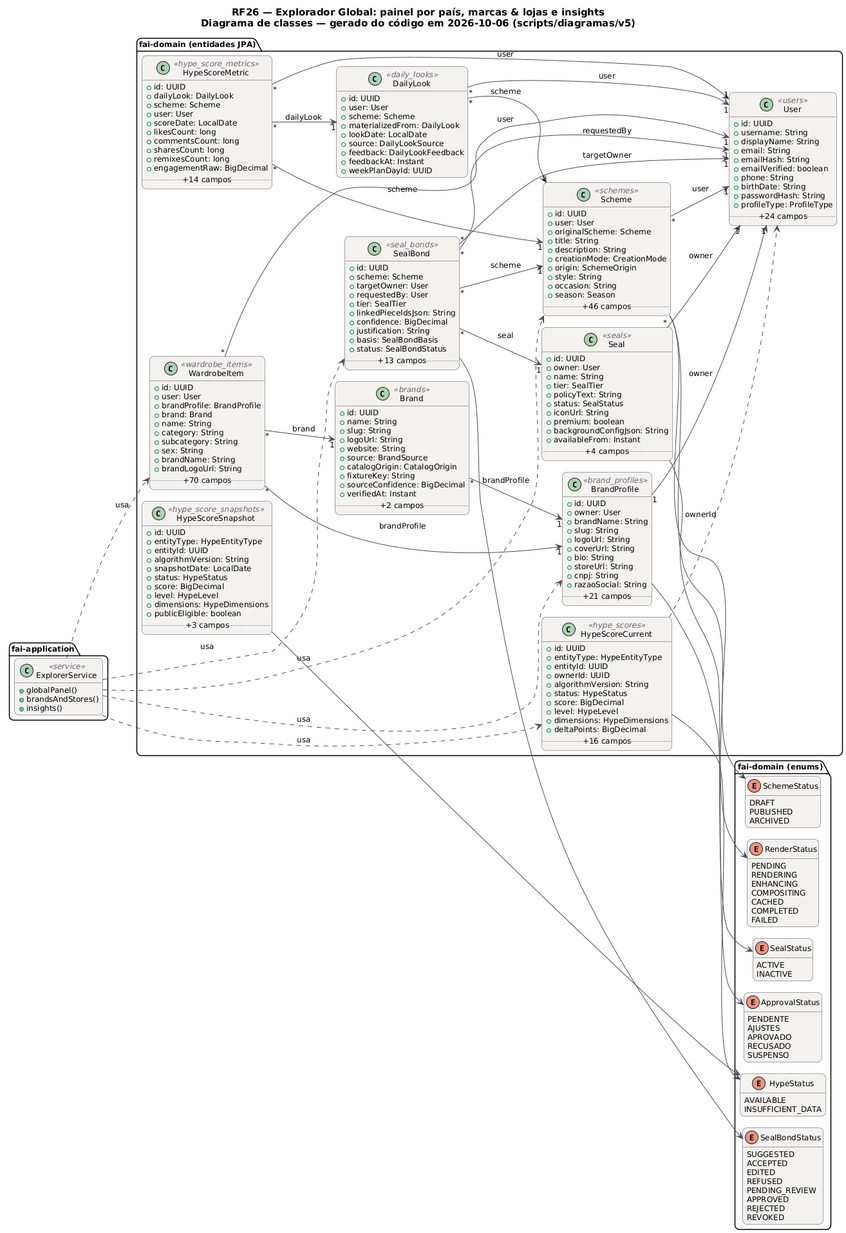
The PlantUML diagram docs/diagramas/RF26/RF26_Classes.png in MatheusHaliski/tcc-2026-fashion-ai-backend, before a commit. The source it was exported from:
```plantuml
@startuml RF26_Classes
!pragma layout smetana
skinparam backgroundColor #FFFFFF
skinparam shadowing false
skinparam defaultFontName "DejaVu Sans"
skinparam defaultFontSize 12
skinparam titleFontSize 15
skinparam roundcorner 14
skinparam ArrowColor #52606D
skinparam note {
  BackgroundColor #FFFDEB
  BorderColor #D8CE78
  FontColor #554F24
}
skinparam class {
  BackgroundColor #F4F2EF
  BorderColor #4A4852
  ArrowColor #4A4852
  StereotypeFontColor #6B6470
}
hide empty members
left to right direction
title RF26 — Explorador Global: painel por país, marcas & lojas e insights\nDiagrama de classes — gerado do código em 2026-10-06 (scripts/diagramas/v5)

package "fai-domain (entidades JPA)" {
  class Brand <<brands>> {
    +id: UUID
    +name: String
    +slug: String
    +logoUrl: String
    +website: String
    +source: BrandSource
    +catalogOrigin: CatalogOrigin
    +fixtureKey: String
    +sourceConfidence: BigDecimal
    +verifiedAt: Instant
    .. +2 campos ..
  }
  class BrandProfile <<brand_profiles>> {
    +id: UUID
    +owner: User
    +brandName: String
    +slug: String
    +logoUrl: String
    +coverUrl: String
    +bio: String
    +storeUrl: String
    +cnpj: String
    +razaoSocial: String
    .. +21 campos ..
  }
  class DailyLook <<daily_looks>> {
    +id: UUID
    +user: User
    +scheme: Scheme
    +materializedFrom: DailyLook
    +lookDate: LocalDate
    +source: DailyLookSource
    +feedback: DailyLookFeedback
    +feedbackAt: Instant
    +weekPlanDayId: UUID
  }
  class HypeScoreCurrent <<hype_scores>> {
    +id: UUID
    +entityType: HypeEntityType
    +entityId: UUID
    +ownerId: UUID
    +algorithmVersion: String
    +status: HypeStatus
    +score: BigDecimal
    +level: HypeLevel
    +dimensions: HypeDimensions
    +deltaPoints: BigDecimal
    .. +16 campos ..
  }
  class HypeScoreMetric <<hype_score_metrics>> {
    +id: UUID
    +dailyLook: DailyLook
    +scheme: Scheme
    +user: User
    +scoreDate: LocalDate
    +likesCount: long
    +commentsCount: long
    +sharesCount: long
    +remixesCount: long
    +engagementRaw: BigDecimal
    .. +14 campos ..
  }
  class HypeScoreSnapshot <<hype_score_snapshots>> {
    +id: UUID
    +entityType: HypeEntityType
    +entityId: UUID
    +algorithmVersion: String
    +snapshotDate: LocalDate
    +status: HypeStatus
    +score: BigDecimal
    +level: HypeLevel
    +dimensions: HypeDimensions
    +publicEligible: boolean
    .. +3 campos ..
  }
  class Scheme <<schemes>> {
    +id: UUID
    +user: User
    +originalScheme: Scheme
    +title: String
    +description: String
    +creationMode: CreationMode
    +origin: SchemeOrigin
    +style: String
    +occasion: String
    +season: Season
    .. +46 campos ..
  }
  class Seal <<seals>> {
    +id: UUID
    +owner: User
    +name: String
    +tier: SealTier
    +policyText: String
    +status: SealStatus
    +iconUrl: String
    +premium: boolean
    +backgroundConfigJson: String
    +availableFrom: Instant
    .. +4 campos ..
  }
  class SealBond <<seal_bonds>> {
    +id: UUID
    +scheme: Scheme
    +targetOwner: User
    +requestedBy: User
    +tier: SealTier
    +linkedPieceIdsJson: String
    +confidence: BigDecimal
    +justification: String
    +basis: SealBondBasis
    +status: SealBondStatus
    .. +13 campos ..
  }
  class User <<users>> {
    +id: UUID
    +username: String
    +displayName: String
    +email: String
    +emailHash: String
    +emailVerified: boolean
    +phone: String
    +birthDate: String
    +passwordHash: String
    +profileType: ProfileType
    .. +24 campos ..
  }
  class WardrobeItem <<wardrobe_items>> {
    +id: UUID
    +user: User
    +brandProfile: BrandProfile
    +brand: Brand
    +name: String
    +category: String
    +subcategory: String
    +sex: String
    +brandName: String
    +brandLogoUrl: String
    .. +70 campos ..
  }
}
package "fai-domain (enums)" {
  enum ApprovalStatus {
    PENDENTE
    AJUSTES
    APROVADO
    RECUSADO
    SUSPENSO
  }
  enum HypeStatus {
    AVAILABLE
    INSUFFICIENT_DATA
  }
  enum SchemeStatus {
    DRAFT
    PUBLISHED
    ARCHIVED
  }
  enum RenderStatus {
    PENDING
    RENDERING
    ENHANCING
    COMPOSITING
    CACHED
    COMPLETED
    FAILED
  }
  enum SealStatus {
    ACTIVE
    INACTIVE
  }
  enum SealBondStatus {
    SUGGESTED
    ACCEPTED
    EDITED
    REFUSED
    PENDING_REVIEW
    APPROVED
    REJECTED
    REVOKED
  }
}
package "fai-application" {
  class ExplorerService <<service>> {
    +globalPanel()
    +brandsAndStores()
    +insights()
  }
}
ExplorerService ..> BrandProfile : usa
ExplorerService ..> HypeScoreCurrent : usa
ExplorerService ..> Scheme : usa
ExplorerService ..> SealBond : usa
ExplorerService ..> WardrobeItem : usa
Brand "*" --> "1" BrandProfile : brandProfile
BrandProfile "1" --> "1" User : owner
BrandProfile --> ApprovalStatus
DailyLook "*" --> "1" Scheme : scheme
DailyLook "*" --> "1" User : user
HypeScoreCurrent --> HypeStatus
HypeScoreCurrent ..> User : ownerId
HypeScoreMetric "*" --> "1" DailyLook : dailyLook
HypeScoreMetric "*" --> "1" Scheme : scheme
HypeScoreMetric "*" --> "1" User : user
HypeScoreSnapshot --> HypeStatus
Scheme "*" --> "1" User : user
Scheme --> RenderStatus
Scheme --> SchemeStatus
Seal "*" --> "1" User : owner
Seal --> SealStatus
SealBond "*" --> "1" Scheme : scheme
SealBond "*" --> "1" Seal : seal
SealBond "*" --> "1" User : requestedBy
SealBond "*" --> "1" User : targetOwner
SealBond --> SealBondStatus
WardrobeItem "*" --> "1" Brand : brand
WardrobeItem "*" --> "1" BrandProfile : brandProfile
WardrobeItem "*" --> "1" User : user
@enduml
```
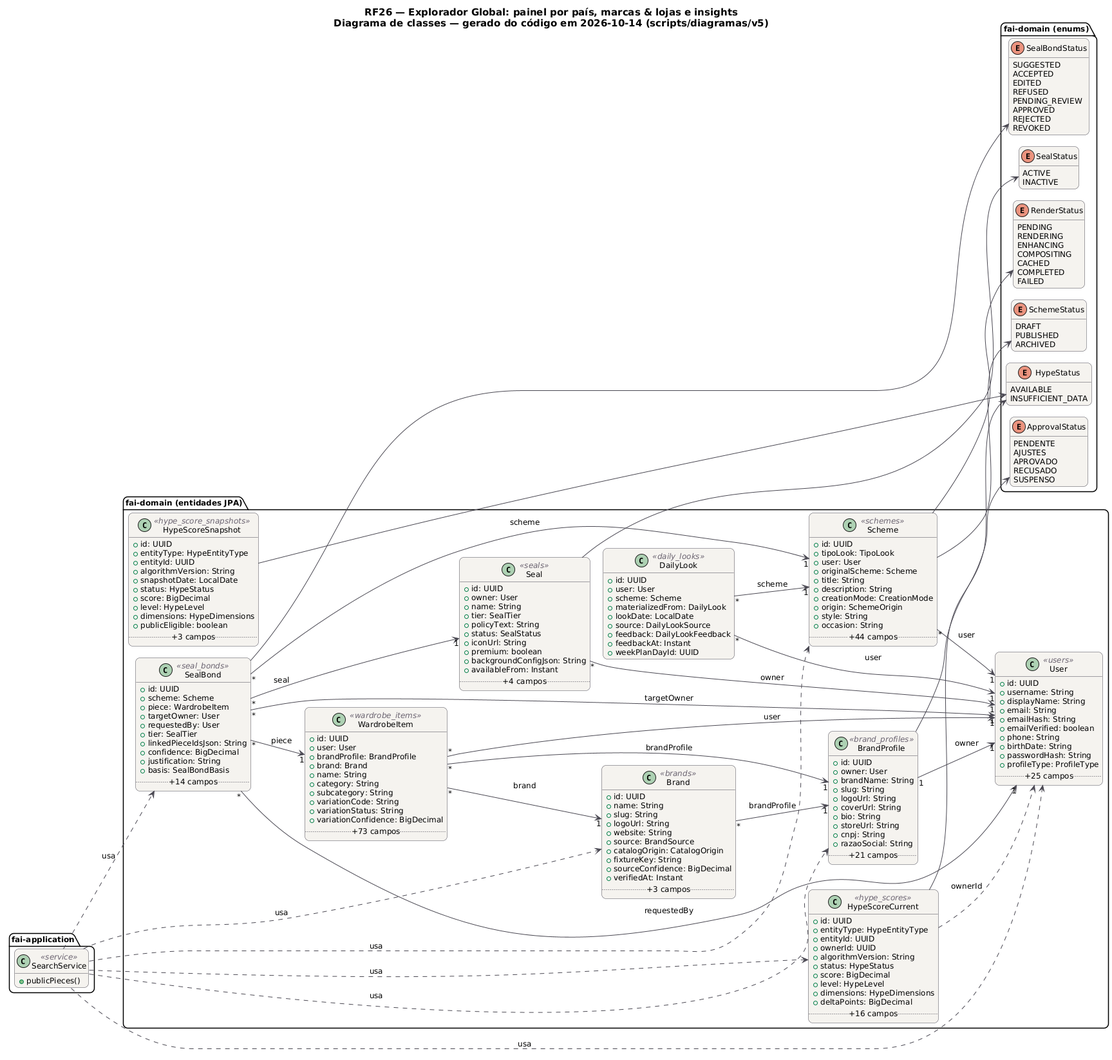
The same file after the commit.

Diff of the diagram source:
```diff
@@ -20,7 +20,7 @@
 }
 hide empty members
 left to right direction
-title RF26 — Explorador Global: painel por país, marcas & lojas e insights\nDiagrama de classes — gerado do código em 2026-10-06 (scripts/diagramas/v5)
+title RF26 — Explorador Global: painel por país, marcas & lojas e insights\nDiagrama de classes — gerado do código em 2026-10-14 (scripts/diagramas/v5)
 
 package "fai-domain (entidades JPA)" {
   class Brand <<brands>> {
@@ -34,7 +34,7 @@
     +fixtureKey: String
     +sourceConfidence: BigDecimal
     +verifiedAt: Instant
-    .. +2 campos ..
+    .. +3 campos ..
   }
   class BrandProfile <<brand_profiles>> {
     +id: UUID
@@ -73,19 +73,6 @@
     +deltaPoints: BigDecimal
     .. +16 campos ..
   }
-  class HypeScoreMetric <<hype_score_metrics>> {
-    +id: UUID
-    +dailyLook: DailyLook
-    +scheme: Scheme
-    +user: User
-    +scoreDate: LocalDate
-    +likesCount: long
-    +commentsCount: long
-    +sharesCount: long
-    +remixesCount: long
-    +engagementRaw: BigDecimal
-    .. +14 campos ..
-  }
   class HypeScoreSnapshot <<hype_score_snapshots>> {
     +id: UUID
     +entityType: HypeEntityType
@@ -101,6 +88,7 @@
   }
   class Scheme <<schemes>> {
     +id: UUID
+    +tipoLook: TipoLook
     +user: User
     +originalScheme: Scheme
     +title: String
@@ -109,8 +97,7 @@
     +origin: SchemeOrigin
     +style: String
     +occasion: String
-    +season: Season
-    .. +46 campos ..
+    .. +44 campos ..
   }
   class Seal <<seals>> {
     +id: UUID
@@ -128,6 +115,7 @@
   class SealBond <<seal_bonds>> {
     +id: UUID
     +scheme: Scheme
+    +piece: WardrobeItem
     +targetOwner: User
     +requestedBy: User
     +tier: SealTier
@@ -135,8 +123,7 @@
     +confidence: BigDecimal
     +justification: String
     +basis: SealBondBasis
-    +status: SealBondStatus
-    .. +13 campos ..
+    .. +14 campos ..
   }
   class User <<users>> {
     +id: UUID
@@ -149,7 +136,7 @@
     +birthDate: String
     +passwordHash: String
     +profileType: ProfileType
-    .. +24 campos ..
+    .. +25 campos ..
   }
   class WardrobeItem <<wardrobe_items>> {
     +id: UUID
@@ -159,10 +146,10 @@
     +name: String
     +category: String
     +subcategory: String
-    +sex: String
-    +brandName: String
-    +brandLogoUrl: String
-    .. +70 campos ..
+    +variationCode: String
+    +variationStatus: String
+    +variationConfidence: BigDecimal
+    .. +73 campos ..
   }
 }
 package "fai-domain (enums)" {
@@ -207,17 +194,16 @@
   }
 }
 package "fai-application" {
-  class ExplorerService <<service>> {
-    +globalPanel()
-    +brandsAndStores()
-    +insights()
+  class SearchService <<service>> {
+    +publicPieces()
   }
 }
-ExplorerService ..> BrandProfile : usa
-ExplorerService ..> HypeScoreCurrent : usa
-ExplorerService ..> Scheme : usa
-ExplorerService ..> SealBond : usa
-ExplorerService ..> WardrobeItem : usa
+SearchService ..> Brand : usa
+SearchService ..> BrandProfile : usa
+SearchService ..> HypeScoreCurrent : usa
+SearchService ..> Scheme : usa
+SearchService ..> SealBond : usa
+SearchService ..> User : usa
 Brand "*" --> "1" BrandProfile : brandProfile
 BrandProfile "1" --> "1" User : owner
 BrandProfile --> ApprovalStatus
@@ -225,9 +211,6 @@
 DailyLook "*" --> "1" User : user
 HypeScoreCurrent --> HypeStatus
 HypeScoreCurrent ..> User : ownerId
-HypeScoreMetric "*" --> "1" DailyLook : dailyLook
-HypeScoreMetric "*" --> "1" Scheme : scheme
-HypeScoreMetric "*" --> "1" User : user
 HypeScoreSnapshot --> HypeStatus
 Scheme "*" --> "1" User : user
 Scheme --> RenderStatus
@@ -238,6 +221,7 @@
 SealBond "*" --> "1" Seal : seal
 SealBond "*" --> "1" User : requestedBy
 SealBond "*" --> "1" User : targetOwner
+SealBond "*" --> "1" WardrobeItem : piece
 SealBond --> SealBondStatus
 WardrobeItem "*" --> "1" Brand : brand
 WardrobeItem "*" --> "1" BrandProfile : brandProfile
```
